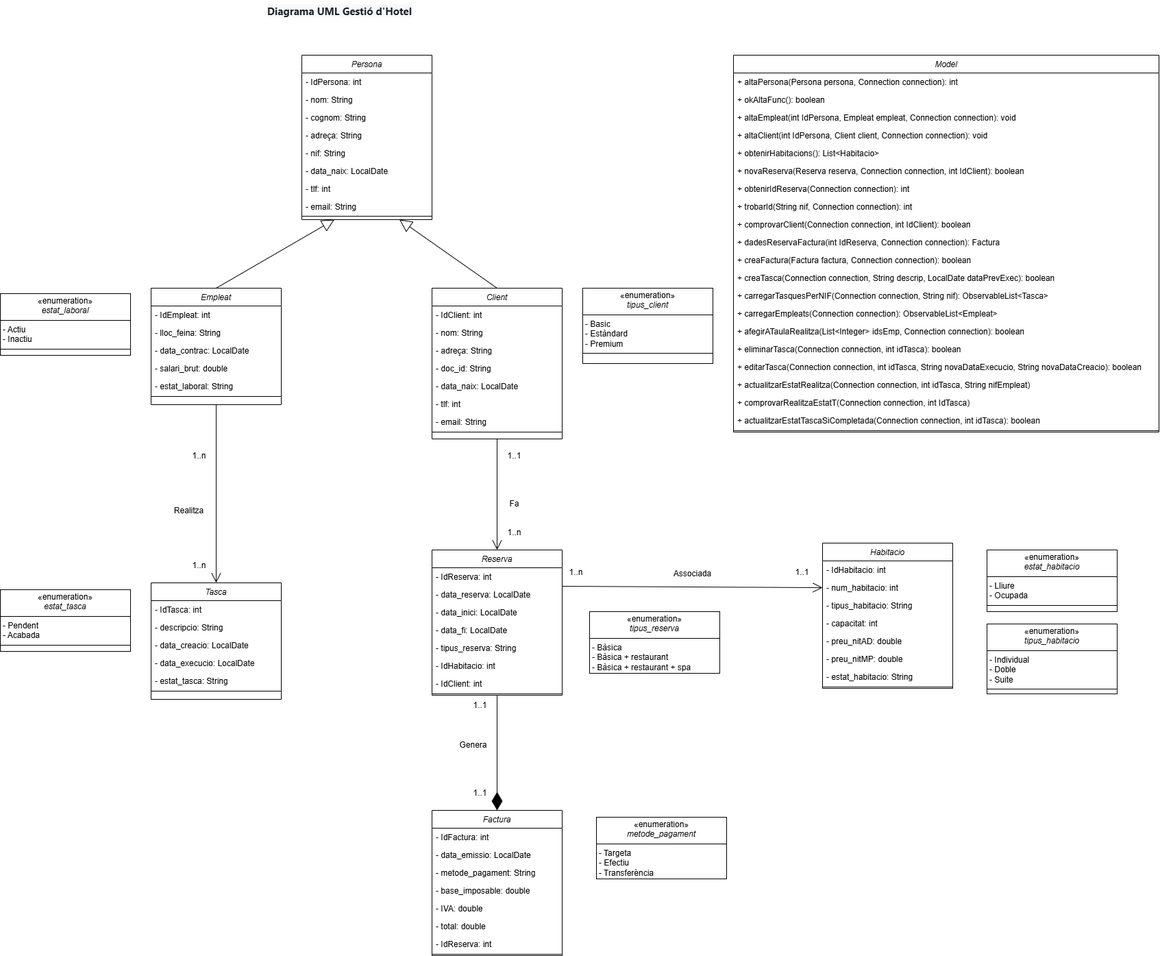
Earlier version of the draw.io export punts_index/imgs_BD/UML_GestioHotelPlataforma.drawio.png (ROIGy/PracticaProgramacioBD). Source tidied: cells renumbered, new cells last; positions are measured from the earlier drawing's top-left corner, leaving out a move shared by most shapes.
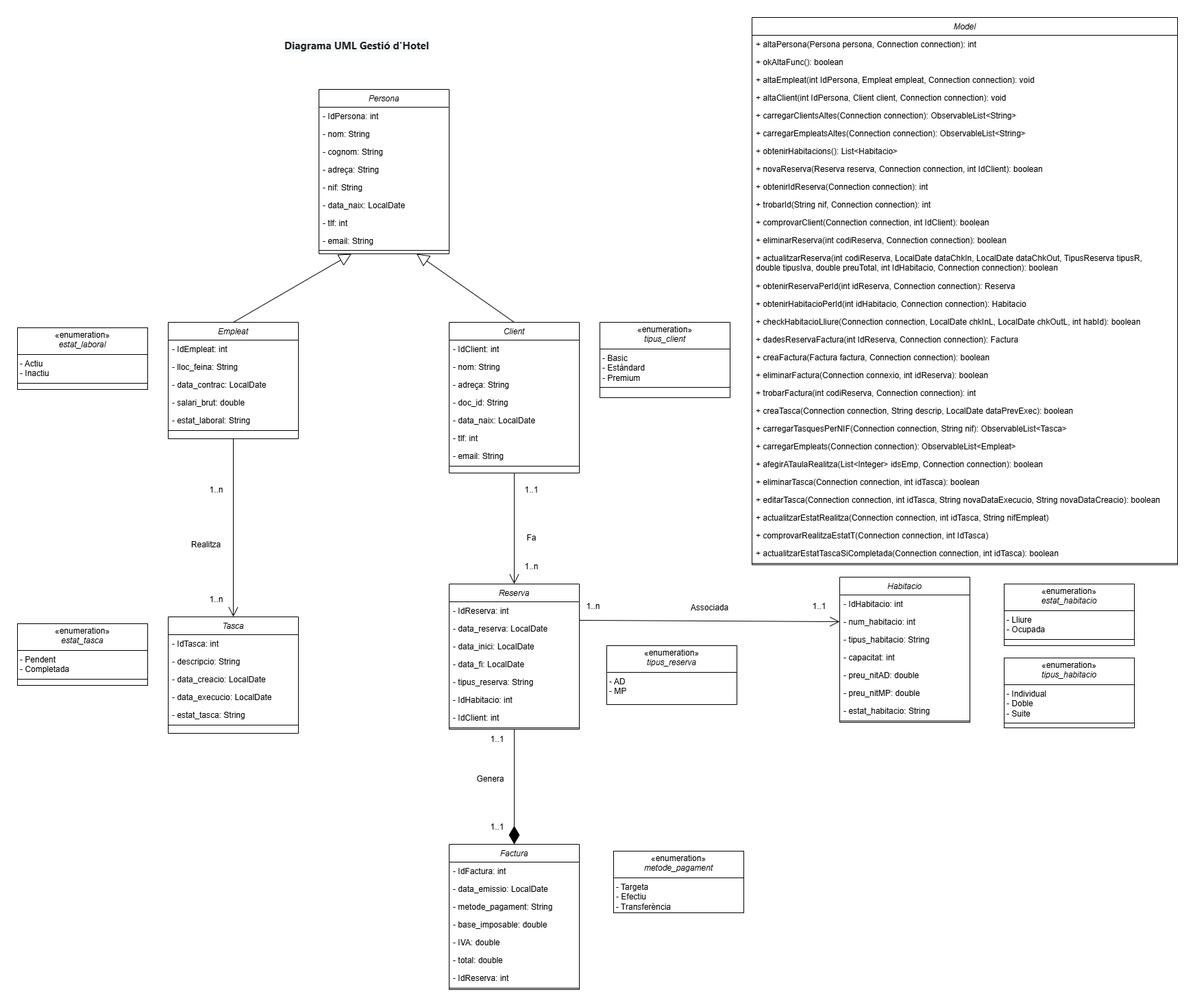
Later version of the same file.

Commit message:
Foto UML actualitzada

What changed in the source:
```diff
@@ -113,7 +113,7 @@
     <mxCell id="38" style="line;html=1;strokeWidth=1;align=left;verticalAlign=middle;spacingTop=-1;spacingLeft=3;spacingRight=3;labelPosition=right;" parent="32" vertex="1">
       <mxGeometry y="156" width="190" height="4" as="geometry" />
     </mxCell>
-    <mxCell id="39" value="&lt;p style=&quot;margin:0px;margin-top:4px;text-align:center;&quot;&gt;«enumeration»&lt;br&gt;&lt;span style=&quot;text-wrap-mode: nowrap;&quot;&gt;&lt;i&gt;estat_tasca&lt;/i&gt;&lt;/span&gt;&lt;/p&gt;&lt;hr size=&quot;1&quot; style=&quot;border-style:solid;&quot;&gt;&lt;p style=&quot;margin:0px;margin-left:4px;&quot;&gt;- Pendent&lt;/p&gt;&lt;p style=&quot;margin:0px;margin-left:4px;&quot;&gt;- Acabada&lt;/p&gt;&lt;hr size=&quot;1&quot; style=&quot;border-style:solid;&quot;&gt;&lt;p style=&quot;margin:0px;margin-left:4px;&quot;&gt;&lt;br&gt;&lt;/p&gt;" style="verticalAlign=top;align=left;overflow=fill;html=1;whiteSpace=wrap;" parent="1" vertex="1">
+    <mxCell id="39" value="&lt;p style=&quot;margin:0px;margin-top:4px;text-align:center;&quot;&gt;«enumeration»&lt;br&gt;&lt;span style=&quot;text-wrap-mode: nowrap;&quot;&gt;&lt;i&gt;estat_tasca&lt;/i&gt;&lt;/span&gt;&lt;/p&gt;&lt;hr size=&quot;1&quot; style=&quot;border-style:solid;&quot;&gt;&lt;p style=&quot;margin:0px;margin-left:4px;&quot;&gt;- Pendent&lt;/p&gt;&lt;p style=&quot;margin:0px;margin-left:4px;&quot;&gt;- Completada&lt;/p&gt;&lt;hr size=&quot;1&quot; style=&quot;border-style:solid;&quot;&gt;&lt;p style=&quot;margin:0px;margin-left:4px;&quot;&gt;&lt;br&gt;&lt;/p&gt;" style="verticalAlign=top;align=left;overflow=fill;html=1;whiteSpace=wrap;" parent="1" vertex="1">
       <mxGeometry y="860" width="190" height="90" as="geometry" />
     </mxCell>
     <mxCell id="40" style="endArrow=open;endFill=1;endSize=12;html=1;rounded=0;exitX=0.5;exitY=1;exitDx=0;exitDy=0;entryX=0.5;entryY=0;entryDx=0;entryDy=0;" parent="1" edge="1" source="22" target="32">
@@ -155,8 +155,8 @@
     <mxCell id="52" style="line;html=1;strokeWidth=1;align=left;verticalAlign=middle;spacingTop=-1;spacingLeft=3;spacingRight=3;labelPosition=right;" parent="44" vertex="1">
       <mxGeometry y="208" width="190" height="4" as="geometry" />
     </mxCell>
-    <mxCell id="53" value="&lt;p style=&quot;margin:0px;margin-top:4px;text-align:center;&quot;&gt;«enumeration»&lt;br&gt;&lt;span style=&quot;text-wrap-mode: nowrap;&quot;&gt;&lt;i&gt;tipus_reserva&lt;/i&gt;&lt;/span&gt;&lt;/p&gt;&lt;hr size=&quot;1&quot; style=&quot;border-style:solid;&quot;&gt;&lt;p style=&quot;margin:0px;margin-left:4px;&quot;&gt;- Bàsica&lt;/p&gt;&lt;p style=&quot;margin:0px;margin-left:4px;&quot;&gt;- Bàsica + restaurant&lt;/p&gt;&lt;p style=&quot;margin:0px;margin-left:4px;&quot;&gt;- Bàsica + restaurant + spa&lt;/p&gt;&lt;hr size=&quot;1&quot; style=&quot;border-style:solid;&quot;&gt;&lt;p style=&quot;margin:0px;margin-left:4px;&quot;&gt;&lt;br&gt;&lt;/p&gt;" style="verticalAlign=top;align=left;overflow=fill;html=1;whiteSpace=wrap;" parent="1" vertex="1">
-      <mxGeometry x="860" y="892" width="190" height="90" as="geometry" />
+    <mxCell id="53" value="&lt;p style=&quot;margin:0px;margin-top:4px;text-align:center;&quot;&gt;«enumeration»&lt;br&gt;&lt;span style=&quot;text-wrap-mode: nowrap;&quot;&gt;&lt;i&gt;tipus_reserva&lt;/i&gt;&lt;/span&gt;&lt;/p&gt;&lt;hr size=&quot;1&quot; style=&quot;border-style:solid;&quot;&gt;&lt;p style=&quot;margin:0px;margin-left:4px;&quot;&gt;- AD&lt;/p&gt;&lt;p style=&quot;margin:0px;margin-left:4px;&quot;&gt;- MP&lt;/p&gt;&lt;p style=&quot;margin:0px;margin-left:4px;&quot;&gt;&lt;br&gt;&lt;/p&gt;&lt;hr size=&quot;1&quot; style=&quot;border-style:solid;&quot;&gt;&lt;p style=&quot;margin:0px;margin-left:4px;&quot;&gt;&lt;br&gt;&lt;/p&gt;" style="verticalAlign=top;align=left;overflow=fill;html=1;whiteSpace=wrap;" parent="1" vertex="1">
+      <mxGeometry x="860" y="892" width="190" height="86" as="geometry" />
     </mxCell>
     <mxCell id="54" style="endArrow=open;endFill=1;endSize=12;html=1;rounded=0;exitX=0.5;exitY=1;exitDx=0;exitDy=0;entryX=0.5;entryY=0;entryDx=0;entryDy=0;" parent="1" edge="1" source="13" target="44">
       <mxGeometry relative="1" as="geometry" />
@@ -261,7 +261,7 @@
       <mxGeometry x="850" y="420" width="190" height="110" as="geometry" />
     </mxCell>
     <mxCell id="88" value="Model" style="swimlane;fontStyle=2;align=center;verticalAlign=top;horizontal=1;startSize=26;rounded=0;shadow=0;strokeWidth=1;" parent="1" vertex="1">
-      <mxGeometry x="1070" y="80" width="621" height="550" as="geometry" />
+      <mxGeometry x="1072" y="-25" width="621" height="799" as="geometry" />
     </mxCell>
     <mxCell id="89" value="+ altaPersona(Persona persona, Connection connection): int" style="text;align=left;verticalAlign=top;spacingLeft=4;spacingRight=4;overflow=hidden;" parent="88" vertex="1">
       <mxGeometry y="26" width="621" height="26" as="geometry" />
@@ -275,56 +275,83 @@
     <mxCell id="92" value="+ altaClient(int IdPersona, Client client, Connection connection): void" style="text;align=left;verticalAlign=top;spacingLeft=4;spacingRight=4;overflow=hidden;rounded=0;shadow=0;html=0;" parent="88" vertex="1">
       <mxGeometry y="104" width="621" height="26" as="geometry" />
     </mxCell>
+    <mxCell id="110" value="+ carregarClientsAltes(Connection connection): ObservableList&lt;String&gt;" style="text;align=left;verticalAlign=top;spacingLeft=4;spacingRight=4;overflow=hidden;rounded=0;shadow=0;html=0;" parent="88" vertex="1">
+      <mxGeometry y="130" width="621" height="26" as="geometry" />
+    </mxCell>
+    <mxCell id="111" value="+ carregarEmpleatsAltes(Connection connection): ObservableList&lt;String&gt;" style="text;align=left;verticalAlign=top;spacingLeft=4;spacingRight=4;overflow=hidden;rounded=0;shadow=0;html=0;" parent="88" vertex="1">
+      <mxGeometry y="156" width="621" height="26" as="geometry" />
+    </mxCell>
     <mxCell id="93" value="+ obtenirHabitacions(): List&lt;Habitacio&gt;" style="text;align=left;verticalAlign=top;spacingLeft=4;spacingRight=4;overflow=hidden;rounded=0;shadow=0;html=0;" parent="88" vertex="1">
-      <mxGeometry y="130" width="621" height="26" as="geometry" />
+      <mxGeometry y="182" width="621" height="26" as="geometry" />
     </mxCell>
     <mxCell id="94" value="+ novaReserva(Reserva reserva, Connection connection, int IdClient): boolean" style="text;align=left;verticalAlign=top;spacingLeft=4;spacingRight=4;overflow=hidden;rounded=0;shadow=0;html=0;" parent="88" vertex="1">
-      <mxGeometry y="156" width="621" height="26" as="geometry" />
+      <mxGeometry y="208" width="621" height="26" as="geometry" />
     </mxCell>
     <mxCell id="95" value="+ obtenirIdReserva(Connection connection): int" style="text;align=left;verticalAlign=top;spacingLeft=4;spacingRight=4;overflow=hidden;rounded=0;shadow=0;html=0;" parent="88" vertex="1">
-      <mxGeometry y="182" width="621" height="26" as="geometry" />
+      <mxGeometry y="234" width="621" height="26" as="geometry" />
     </mxCell>
     <mxCell id="96" value="+ trobarId(String nif, Connection connection): int" style="text;align=left;verticalAlign=top;spacingLeft=4;spacingRight=4;overflow=hidden;rounded=0;shadow=0;html=0;" parent="88" vertex="1">
-      <mxGeometry y="208" width="621" height="26" as="geometry" />
+      <mxGeometry y="260" width="621" height="26" as="geometry" />
     </mxCell>
     <mxCell id="97" value="+ comprovarClient(Connection connection, int IdClient): boolean" style="text;align=left;verticalAlign=top;spacingLeft=4;spacingRight=4;overflow=hidden;rounded=0;shadow=0;html=0;" parent="88" vertex="1">
-      <mxGeometry y="234" width="621" height="26" as="geometry" />
+      <mxGeometry y="286" width="621" height="26" as="geometry" />
     </mxCell>
+    <mxCell id="112" value="+ eliminarReserva(int codiReserva, Connection connection): boolean" style="text;align=left;verticalAlign=top;spacingLeft=4;spacingRight=4;overflow=hidden;rounded=0;shadow=0;html=0;" parent="88" vertex="1">
+      <mxGeometry y="312" width="621" height="26" as="geometry" />
+    </mxCell>
+    <mxCell id="113" value="+ actualitzarReserva(int codiReserva, LocalDate dataChkIn, LocalDate dataChkOut, TipusReserva tipusR, &#10;double tipusIva, double preuTotal, int IdHabitacio, Connection connection): boolean" style="text;align=left;verticalAlign=top;spacingLeft=4;spacingRight=4;overflow=hidden;rounded=0;shadow=0;html=0;" parent="88" vertex="1">
+      <mxGeometry y="338" width="621" height="41" as="geometry" />
+    </mxCell>
+    <mxCell id="114" value="+ obtenirReservaPerId(int idReserva, Connection connection): Reserva" style="text;align=left;verticalAlign=top;spacingLeft=4;spacingRight=4;overflow=hidden;rounded=0;shadow=0;html=0;" parent="88" vertex="1">
+      <mxGeometry y="379" width="621" height="26" as="geometry" />
+    </mxCell>
+    <mxCell id="115" value="+ obtenirHabitacioPerId(int idHabitacio, Connection connection): Habitacio" style="text;align=left;verticalAlign=top;spacingLeft=4;spacingRight=4;overflow=hidden;rounded=0;shadow=0;html=0;" parent="88" vertex="1">
+      <mxGeometry y="405" width="621" height="26" as="geometry" />
+    </mxCell>
+    <mxCell id="116" value="+ checkHabitacioLliure(Connection connection, LocalDate chkInL, LocalDate chkOutL, int habId): boolean" style="text;align=left;verticalAlign=top;spacingLeft=4;spacingRight=4;overflow=hidden;rounded=0;shadow=0;html=0;" parent="88" vertex="1">
+      <mxGeometry y="431" width="621" height="26" as="geometry" />
+    </mxCell>
     <mxCell id="98" value="+ dadesReservaFactura(int IdReserva, Connection connection): Factura" style="text;align=left;verticalAlign=top;spacingLeft=4;spacingRight=4;overflow=hidden;rounded=0;shadow=0;html=0;" parent="88" vertex="1">
-      <mxGeometry y="260" width="621" height="26" as="geometry" />
+      <mxGeometry y="457" width="621" height="26" as="geometry" />
     </mxCell>
     <mxCell id="99" value="+ creaFactura(Factura factura, Connection connection): boolean" style="text;align=left;verticalAlign=top;spacingLeft=4;spacingRight=4;overflow=hidden;rounded=0;shadow=0;html=0;" parent="88" vertex="1">
-      <mxGeometry y="286" width="621" height="26" as="geometry" />
+      <mxGeometry y="483" width="621" height="26" as="geometry" />
     </mxCell>
+    <mxCell id="117" value="+ eliminarFactura(Connection connexio, int idReserva): boolean" style="text;align=left;verticalAlign=top;spacingLeft=4;spacingRight=4;overflow=hidden;rounded=0;shadow=0;html=0;" parent="88" vertex="1">
+      <mxGeometry y="509" width="621" height="26" as="geometry" />
+    </mxCell>
+    <mxCell id="118" value="+ trobarFactura(int codiReserva, Connection connection): int" style="text;align=left;verticalAlign=top;spacingLeft=4;spacingRight=4;overflow=hidden;rounded=0;shadow=0;html=0;" parent="88" vertex="1">
+      <mxGeometry y="535" width="621" height="26" as="geometry" />
+    </mxCell>
     <mxCell id="100" value="+ creaTasca(Connection connection, String descrip, LocalDate dataPrevExec): boolean" style="text;align=left;verticalAlign=top;spacingLeft=4;spacingRight=4;overflow=hidden;rounded=0;shadow=0;html=0;" parent="88" vertex="1">
-      <mxGeometry y="312" width="621" height="26" as="geometry" />
+      <mxGeometry y="561" width="621" height="26" as="geometry" />
     </mxCell>
     <mxCell id="101" value="+ carregarTasquesPerNIF(Connection connection, String nif): ObservableList&lt;Tasca&gt;" style="text;align=left;verticalAlign=top;spacingLeft=4;spacingRight=4;overflow=hidden;rounded=0;shadow=0;html=0;" parent="88" vertex="1">
-      <mxGeometry y="338" width="621" height="26" as="geometry" />
+      <mxGeometry y="587" width="621" height="26" as="geometry" />
     </mxCell>
     <mxCell id="102" value="+ carregarEmpleats(Connection connection): ObservableList&lt;Empleat&gt;" style="text;align=left;verticalAlign=top;spacingLeft=4;spacingRight=4;overflow=hidden;rounded=0;shadow=0;html=0;" parent="88" vertex="1">
-      <mxGeometry y="364" width="621" height="26" as="geometry" />
+      <mxGeometry y="613" width="621" height="26" as="geometry" />
     </mxCell>
     <mxCell id="103" value="+ afegirATaulaRealitza(List&lt;Integer&gt; idsEmp, Connection connection): boolean" style="text;align=left;verticalAlign=top;spacingLeft=4;spacingRight=4;overflow=hidden;rounded=0;shadow=0;html=0;" parent="88" vertex="1">
-      <mxGeometry y="390" width="621" height="26" as="geometry" />
+      <mxGeometry y="639" width="621" height="26" as="geometry" />
     </mxCell>
     <mxCell id="104" value="+ eliminarTasca(Connection connection, int idTasca): boolean" style="text;align=left;verticalAlign=top;spacingLeft=4;spacingRight=4;overflow=hidden;rounded=0;shadow=0;html=0;" parent="88" vertex="1">
-      <mxGeometry y="416" width="621" height="26" as="geometry" />
+      <mxGeometry y="665" width="621" height="26" as="geometry" />
     </mxCell>
     <mxCell id="105" value="+ editarTasca(Connection connection, int idTasca, String novaDataExecucio, String novaDataCreacio): boolean" style="text;align=left;verticalAlign=top;spacingLeft=4;spacingRight=4;overflow=hidden;rounded=0;shadow=0;html=0;" parent="88" vertex="1">
-      <mxGeometry y="442" width="621" height="26" as="geometry" />
+      <mxGeometry y="691" width="621" height="26" as="geometry" />
     </mxCell>
     <mxCell id="106" value="+ actualitzarEstatRealitza(Connection connection, int idTasca, String nifEmpleat)" style="text;align=left;verticalAlign=top;spacingLeft=4;spacingRight=4;overflow=hidden;rounded=0;shadow=0;html=0;" parent="88" vertex="1">
-      <mxGeometry y="468" width="621" height="26" as="geometry" />
+      <mxGeometry y="717" width="621" height="26" as="geometry" />
     </mxCell>
     <mxCell id="107" value="+ comprovarRealitzaEstatT(Connection connection, int IdTasca)" style="text;align=left;verticalAlign=top;spacingLeft=4;spacingRight=4;overflow=hidden;rounded=0;shadow=0;html=0;" parent="88" vertex="1">
-      <mxGeometry y="494" width="621" height="26" as="geometry" />
+      <mxGeometry y="743" width="621" height="26" as="geometry" />
     </mxCell>
     <mxCell id="108" value="+ actualitzarEstatTascaSiCompletada(Connection connection, int idTasca): boolean" style="text;align=left;verticalAlign=top;spacingLeft=4;spacingRight=4;overflow=hidden;rounded=0;shadow=0;html=0;" parent="88" vertex="1">
-      <mxGeometry y="520" width="621" height="26" as="geometry" />
+      <mxGeometry y="769" width="621" height="26" as="geometry" />
     </mxCell>
     <mxCell id="109" style="line;html=1;strokeWidth=1;align=left;verticalAlign=middle;spacingTop=-1;spacingLeft=3;spacingRight=3;labelPosition=right;" parent="88" vertex="1">
-      <mxGeometry y="546" width="621" height="4" as="geometry" />
+      <mxGeometry y="795" width="621" height="4" as="geometry" />
     </mxCell>
   </root>
 </mxGraphModel>
```
